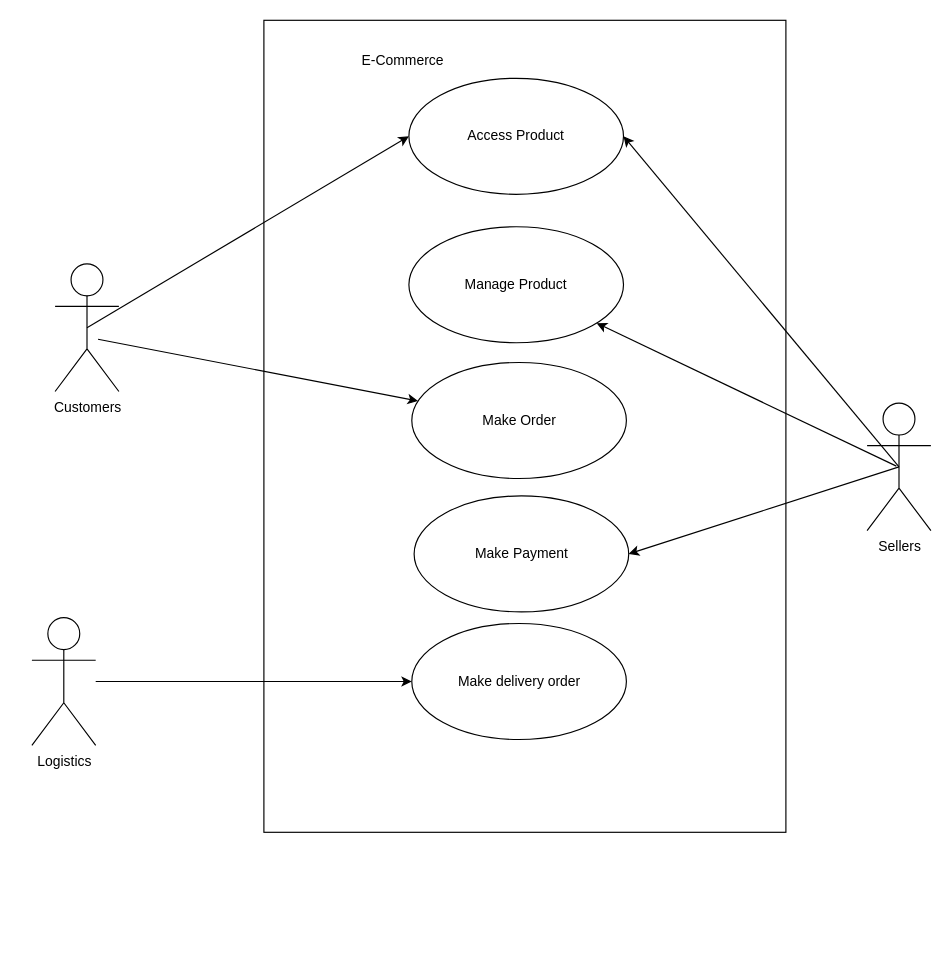
Above: page "use case" (3 of 4) of dfd.drawio in Mfdsix/DFD (draw.io), before the change. Source tidied: cells renumbered, new cells numbered last; positions are measured from the earlier drawing's top-left corner, leaving out a move shared by most shapes. Both pictures are drawn from the tidied source at 116%, with x=0, y=0 at pixel (31, 20).
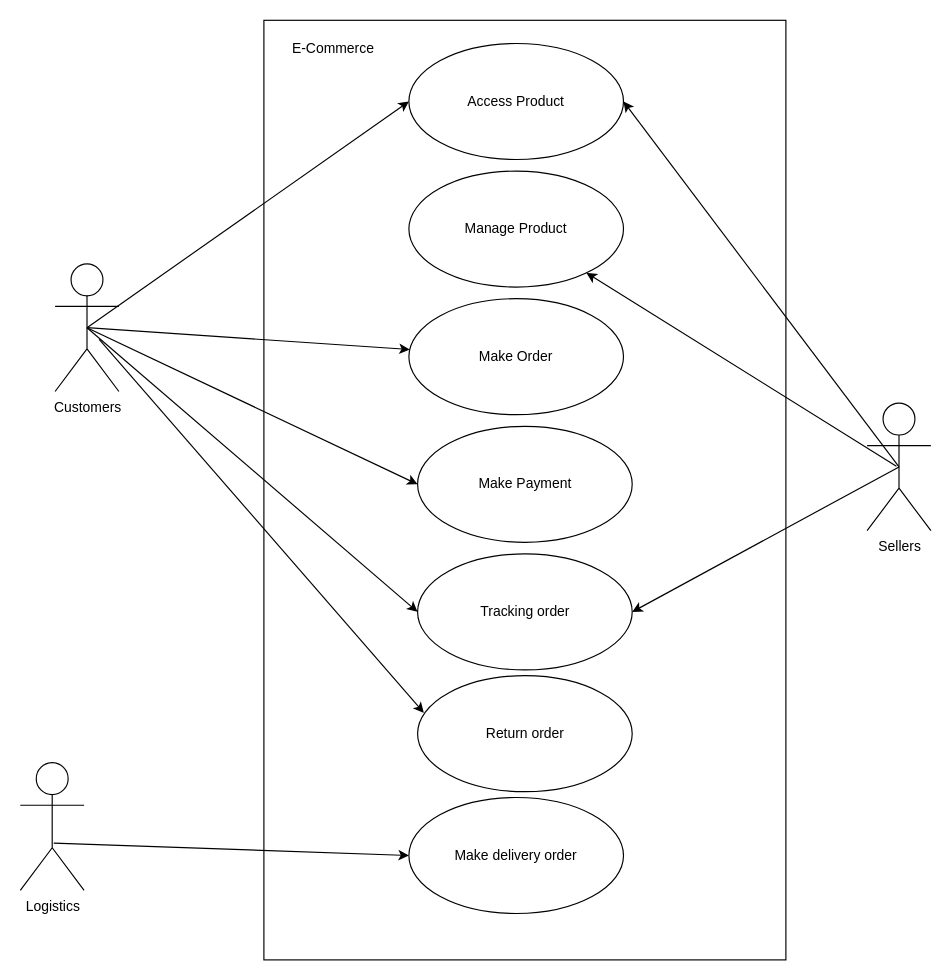
Above is the later version.

Unchanged cells that the change refers to:
```xml
<mxCell id="6" value="Customers" style="shape=umlActor;verticalLabelPosition=bottom;verticalAlign=top;html=1;" parent="1" vertex="1">
  <mxGeometry x="20" y="210" width="55" height="110" as="geometry" />
</mxCell>
<mxCell id="7" value="Sellers" style="shape=umlActor;verticalLabelPosition=bottom;verticalAlign=top;html=1;" parent="1" vertex="1">
  <mxGeometry x="720" y="330" width="55" height="110" as="geometry" />
</mxCell>
```

Change to the diagram source:
```diff
@@
     <mxCell id="2" style="rounded=0;whiteSpace=wrap;html=1;" parent="1" vertex="1">
-      <mxGeometry x="200" width="450" height="700" as="geometry" />
+      <mxGeometry x="200" width="450" height="810" as="geometry" />
     </mxCell>
     <mxCell id="3" value="E-Commerce" style="text;html=1;strokeColor=none;fillColor=none;align=center;verticalAlign=middle;whiteSpace=wrap;rounded=0;" parent="1" vertex="1">
-      <mxGeometry x="280" y="20" width="80" height="30" as="geometry" />
+      <mxGeometry x="220" y="10" width="80" height="30" as="geometry" />
     </mxCell>
     <mxCell id="4" value="Manage Product" style="ellipse;whiteSpace=wrap;html=1;" parent="1" vertex="1">
-      <mxGeometry x="325" y="178" width="185" height="100" as="geometry" />
+      <mxGeometry x="325" y="130" width="185" height="100" as="geometry" />
     </mxCell>
@@
     <mxCell id="8" value="Make Order" style="ellipse;whiteSpace=wrap;html=1;" parent="1" vertex="1">
-      <mxGeometry x="327.5" y="295" width="185" height="100" as="geometry" />
+      <mxGeometry x="325" y="240" width="185" height="100" as="geometry" />
     </mxCell>
     <mxCell id="9" value="Access Product" style="ellipse;whiteSpace=wrap;html=1;" parent="1" vertex="1">
-      <mxGeometry x="325" y="50" width="185" height="100" as="geometry" />
+      <mxGeometry x="325" y="20" width="185" height="100" as="geometry" />
     </mxCell>
@@
     <mxCell id="11" value="Make Payment" style="ellipse;whiteSpace=wrap;html=1;" parent="1" vertex="1">
-      <mxGeometry x="329.5" y="410" width="185" height="100" as="geometry" />
+      <mxGeometry x="332.5" y="350" width="185" height="100" as="geometry" />
     </mxCell>
-    <mxCell id="12" style="endArrow=classic;html=1;rounded=0;exitX=0.5;exitY=0.5;exitDx=0;exitDy=0;exitPerimeter=0;entryX=1;entryY=0.5;entryDx=0;entryDy=0;" parent="1" edge="1" source="7" target="11">
+    <mxCell id="12" style="endArrow=classic;html=1;rounded=0;exitX=0.5;exitY=0.5;exitDx=0;exitDy=0;exitPerimeter=0;entryX=0;entryY=0.5;entryDx=0;entryDy=0;" parent="1" edge="1" source="6" target="11">
       <mxGeometry relative="1" as="geometry" />
     </mxCell>
     <mxCell id="13" value="Make delivery order" style="ellipse;whiteSpace=wrap;html=1;" parent="1" vertex="1">
-      <mxGeometry x="327.5" y="520" width="185" height="100" as="geometry" />
+      <mxGeometry x="325" y="670" width="185" height="100" as="geometry" />
     </mxCell>
-    <mxCell id="14" style="edgeStyle=orthogonalEdgeStyle;rounded=0;jettySize=auto;html=1;" parent="1" edge="1" source="15" target="13">
-      <mxGeometry relative="1" as="geometry" />
-    </mxCell>
     <mxCell id="15" value="Logistics" style="shape=umlActor;verticalLabelPosition=bottom;verticalAlign=top;html=1;" parent="1" vertex="1">
-      <mxGeometry y="515" width="55" height="110" as="geometry" />
+      <mxGeometry x="-10" y="640" width="55" height="110" as="geometry" />
     </mxCell>
@@
-    <mxCell id="17" style="endArrow=classic;html=1;rounded=0;exitX=0.5;exitY=0.5;exitDx=0;exitDy=0;exitPerimeter=0;" parent="1" edge="1" target="8">
-      <mxGeometry relative="1" as="geometry">
-        <mxPoint x="57" y="275" as="sourcePoint" />
-      </mxGeometry>
+    <mxCell id="17" style="endArrow=classic;html=1;rounded=0;exitX=0.5;exitY=0.5;exitDx=0;exitDy=0;exitPerimeter=0;" parent="1" edge="1" source="6" target="8">
+      <mxGeometry relative="1" as="geometry" />
     </mxCell>
+    <mxCell id="18" value="Tracking order" style="ellipse;whiteSpace=wrap;html=1;" parent="1" vertex="1">
+      <mxGeometry x="332.5" y="460" width="185" height="100" as="geometry" />
+    </mxCell>
+    <mxCell id="19" style="endArrow=classic;html=1;rounded=0;exitX=0.5;exitY=0.5;exitDx=0;exitDy=0;exitPerimeter=0;entryX=0;entryY=0.5;entryDx=0;entryDy=0;" parent="1" edge="1" source="6" target="18">
+      <mxGeometry relative="1" as="geometry" />
+    </mxCell>
+    <mxCell id="14" style="endArrow=classic;html=1;rounded=0;exitX=0.524;exitY=0.63;exitDx=0;exitDy=0;exitPerimeter=0;entryX=0;entryY=0.5;entryDx=0;entryDy=0;" parent="1" edge="1" source="15" target="13">
+      <mxGeometry relative="1" as="geometry" />
+    </mxCell>
+    <mxCell id="20" style="endArrow=classic;html=1;rounded=0;exitX=0.5;exitY=0.5;exitDx=0;exitDy=0;exitPerimeter=0;entryX=1;entryY=0.5;entryDx=0;entryDy=0;" parent="1" edge="1" source="7" target="18">
+      <mxGeometry relative="1" as="geometry" />
+    </mxCell>
+    <mxCell id="21" value="Return order" style="ellipse;whiteSpace=wrap;html=1;" parent="1" vertex="1">
+      <mxGeometry x="332.5" y="565" width="185" height="100" as="geometry" />
+    </mxCell>
+    <mxCell id="22" style="endArrow=classic;html=1;rounded=0;exitX=0.5;exitY=0.5;exitDx=0;exitDy=0;exitPerimeter=0;entryX=0.029;entryY=0.32;entryDx=0;entryDy=0;entryPerimeter=0;" parent="1" edge="1" target="21">
+      <mxGeometry relative="1" as="geometry">
+        <mxPoint x="58" y="275" as="sourcePoint" />
+      </mxGeometry>
+    </mxCell>
```
